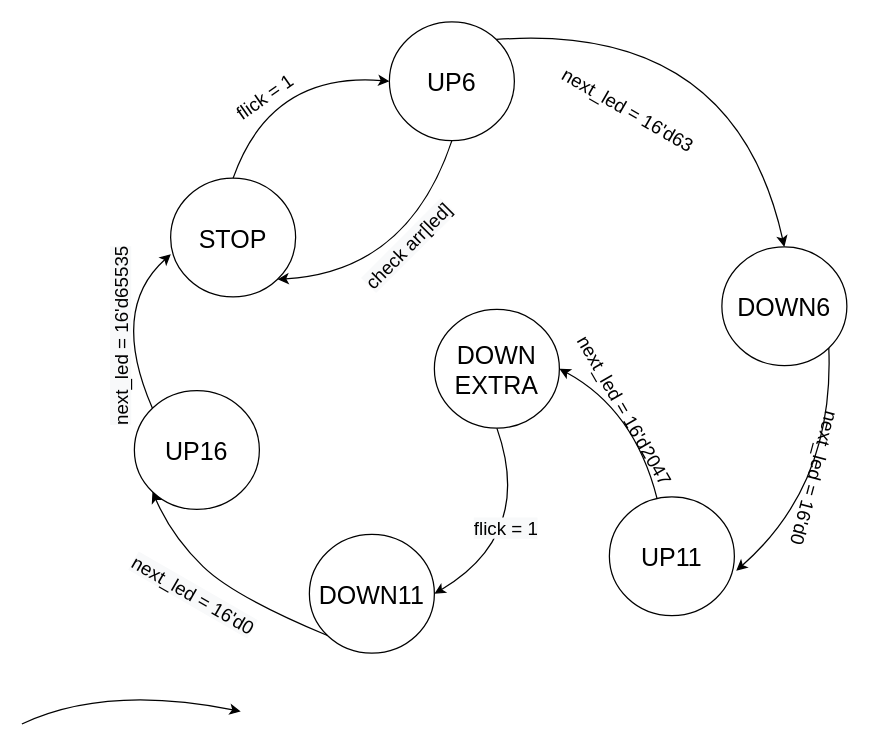
Before: StateMachine.drawio in datdonguyen99/demoGit, a draw.io diagram. Source tidied: cells renumbered, new cells numbered last; positions are measured from the earlier drawing's top-left corner, leaving out a move shared by most shapes. Both pictures are drawn from the tidied source at 125%, with x=0, y=0 at pixel (20, 21).
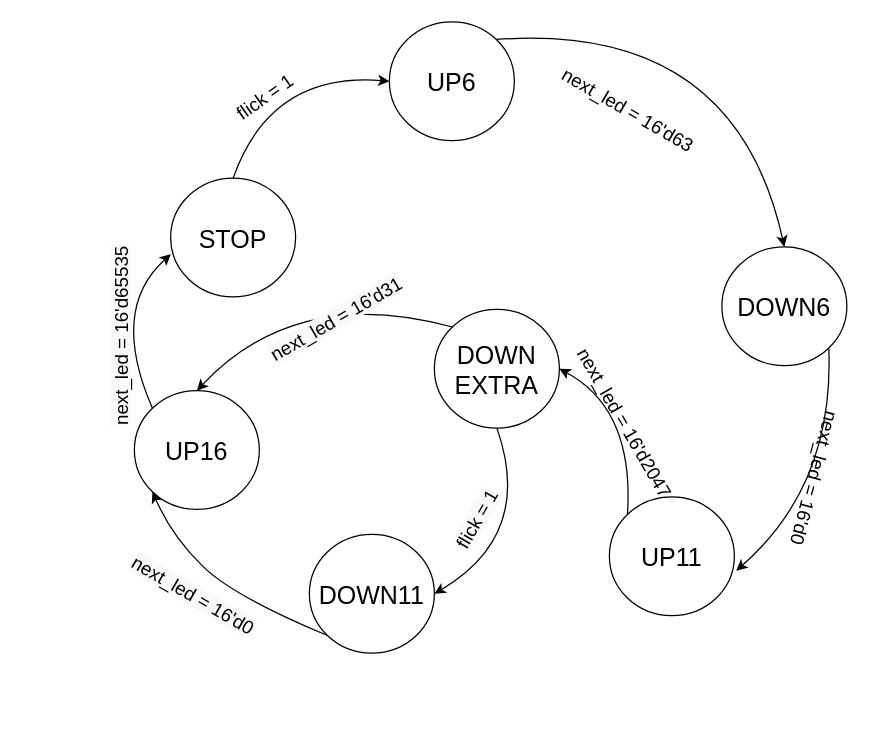
The same diagram, later.

The change refers to these unchanged cells:
```xml
<mxCell id="2" value="&lt;font style=&quot;font-size: 20px&quot;&gt;STOP&lt;/font&gt;" style="ellipse;whiteSpace=wrap;html=1;" parent="1" vertex="1">
  <mxGeometry x="120" y="125" width="100" height="95" as="geometry" />
</mxCell>
<mxCell id="12" value="&lt;font style=&quot;font-size: 20px&quot;&gt;UP6&lt;/font&gt;" style="ellipse;whiteSpace=wrap;html=1;" parent="1" vertex="1">
  <mxGeometry x="295" width="100" height="95" as="geometry" />
</mxCell>
<mxCell id="14" value="&lt;span style=&quot;font-size: 20px&quot;&gt;UP11&lt;/span&gt;" style="ellipse;whiteSpace=wrap;html=1;" parent="1" vertex="1">
  <mxGeometry x="471" y="380" width="100" height="95" as="geometry" />
</mxCell>
<mxCell id="20" value="&lt;span style=&quot;font-size: 20px&quot;&gt;DOWN&lt;br&gt;EXTRA&lt;/span&gt;" style="ellipse;whiteSpace=wrap;html=1;" parent="1" vertex="1">
  <mxGeometry x="331" y="230" width="100" height="95" as="geometry" />
</mxCell>
<mxCell id="21" value="&lt;span style=&quot;font-size: 20px&quot;&gt;UP16&lt;/span&gt;" style="ellipse;whiteSpace=wrap;html=1;" parent="1" vertex="1">
  <mxGeometry x="91" y="295" width="100" height="95" as="geometry" />
</mxCell>
```

Change to the diagram source:
```diff
@@
-    <mxCell id="3" style="endArrow=classic;html=1;entryX=1;entryY=1;entryDx=0;entryDy=0;exitX=0.5;exitY=1;exitDx=0;exitDy=0;curved=1;" parent="1" edge="1" source="12" target="2">
+    <mxCell id="3" style="endArrow=classic;html=1;entryX=0.5;entryY=0;entryDx=0;entryDy=0;exitX=0;exitY=0;exitDx=0;exitDy=0;curved=1;" parent="1" edge="1" source="20" target="21">
       <mxGeometry relative="1" as="geometry">
         <Array as="points">
-          <mxPoint x="310" y="200" />
+          <mxPoint x="221" y="210" />
         </Array>
       </mxGeometry>
     </mxCell>
@@
-    <mxCell id="7" value="&lt;span style=&quot;color: rgb(0, 0, 0); font-family: helvetica; font-size: 15px; font-style: normal; font-weight: 400; letter-spacing: normal; text-align: center; text-indent: 0px; text-transform: none; word-spacing: 0px; background-color: rgb(248, 249, 250); display: inline; float: none;&quot;&gt;check arr[led]&lt;/span&gt;" style="text;whiteSpace=wrap;html=1;rotation=-45;" parent="1" vertex="1">
-      <mxGeometry x="260" y="155" width="120" height="30" as="geometry" />
+    <mxCell id="7" value="&lt;span style=&quot;color: rgb(0 , 0 , 0) ; font-family: &amp;#34;helvetica&amp;#34; ; font-size: 15px ; font-style: normal ; font-weight: 400 ; letter-spacing: normal ; text-align: center ; text-indent: 0px ; text-transform: none ; word-spacing: 0px ; background-color: rgb(248 , 249 , 250) ; display: inline ; float: none&quot;&gt;next_led = 16'd31&lt;/span&gt;" style="text;whiteSpace=wrap;html=1;rotation=-30;" parent="1" vertex="1">
+      <mxGeometry x="191" y="220" width="130" height="30" as="geometry" />
     </mxCell>
@@
     <mxCell id="10" value="&lt;font style=&quot;font-size: 15px&quot;&gt;next_led = 16'd2047&lt;br&gt;&lt;br&gt;&lt;/font&gt;" style="text;html=1;align=center;verticalAlign=middle;strokeColor=none;rotation=60;" parent="1" vertex="1">
-      <mxGeometry x="401" y="300" width="150" height="30" as="geometry" />
+      <mxGeometry x="401" y="310" width="150" height="30" as="geometry" />
     </mxCell>
-    <mxCell id="11" value="&lt;span style=&quot;color: rgb(0 , 0 , 0) ; font-family: &amp;#34;helvetica&amp;#34; ; font-size: 15px ; font-style: normal ; font-weight: 400 ; letter-spacing: normal ; text-align: center ; text-indent: 0px ; text-transform: none ; word-spacing: 0px ; background-color: rgb(248 , 249 , 250) ; display: inline ; float: none&quot;&gt;flick = 1&lt;br&gt;&lt;br&gt;&lt;/span&gt;" style="text;whiteSpace=wrap;html=1;" parent="1" vertex="1">
-      <mxGeometry x="361" y="390" width="120" height="30" as="geometry" />
+    <mxCell id="11" value="&lt;span style=&quot;color: rgb(0 , 0 , 0) ; font-family: &amp;#34;helvetica&amp;#34; ; font-size: 15px ; font-style: normal ; font-weight: 400 ; letter-spacing: normal ; text-align: center ; text-indent: 0px ; text-transform: none ; word-spacing: 0px ; background-color: rgb(248 , 249 , 250) ; display: inline ; float: none&quot;&gt;flick = 1&lt;br&gt;&lt;br&gt;&lt;/span&gt;" style="text;whiteSpace=wrap;html=1;rotation=-60;" parent="1" vertex="1">
+      <mxGeometry x="321" y="354.5" width="120" height="30" as="geometry" />
     </mxCell>
@@
-    <mxCell id="19" style="endArrow=classic;html=1;entryX=1;entryY=0.5;entryDx=0;entryDy=0;curved=1;" parent="1" edge="1" source="14" target="20">
-      <mxGeometry relative="1" as="geometry">
-        <Array as="points">
-          <mxPoint x="491" y="310" />
-        </Array>
-      </mxGeometry>
-    </mxCell>
@@
-    <mxCell id="24" style="endArrow=classic;html=1;exitX=1;exitY=0;exitDx=0;exitDy=0;entryX=0;entryY=0;entryDx=0;entryDy=0;curved=1;" parent="1" edge="1">
-      <mxGeometry relative="1" as="geometry">
-        <mxPoint x="1" y="561.7" as="sourcePoint" />
-        <mxPoint x="176.1" y="551.7" as="targetPoint" />
-        <Array as="points">
-          <mxPoint x="68.6" y="530" />
-        </Array>
-      </mxGeometry>
-    </mxCell>
@@
+    <mxCell id="19" style="endArrow=classic;html=1;exitX=0;exitY=0;exitDx=0;exitDy=0;entryX=1;entryY=0.5;entryDx=0;entryDy=0;curved=1;" parent="1" edge="1" source="14" target="20">
+      <mxGeometry relative="1" as="geometry">
+        <Array as="points">
+          <mxPoint x="491" y="310" />
+        </Array>
+      </mxGeometry>
+    </mxCell>
```
